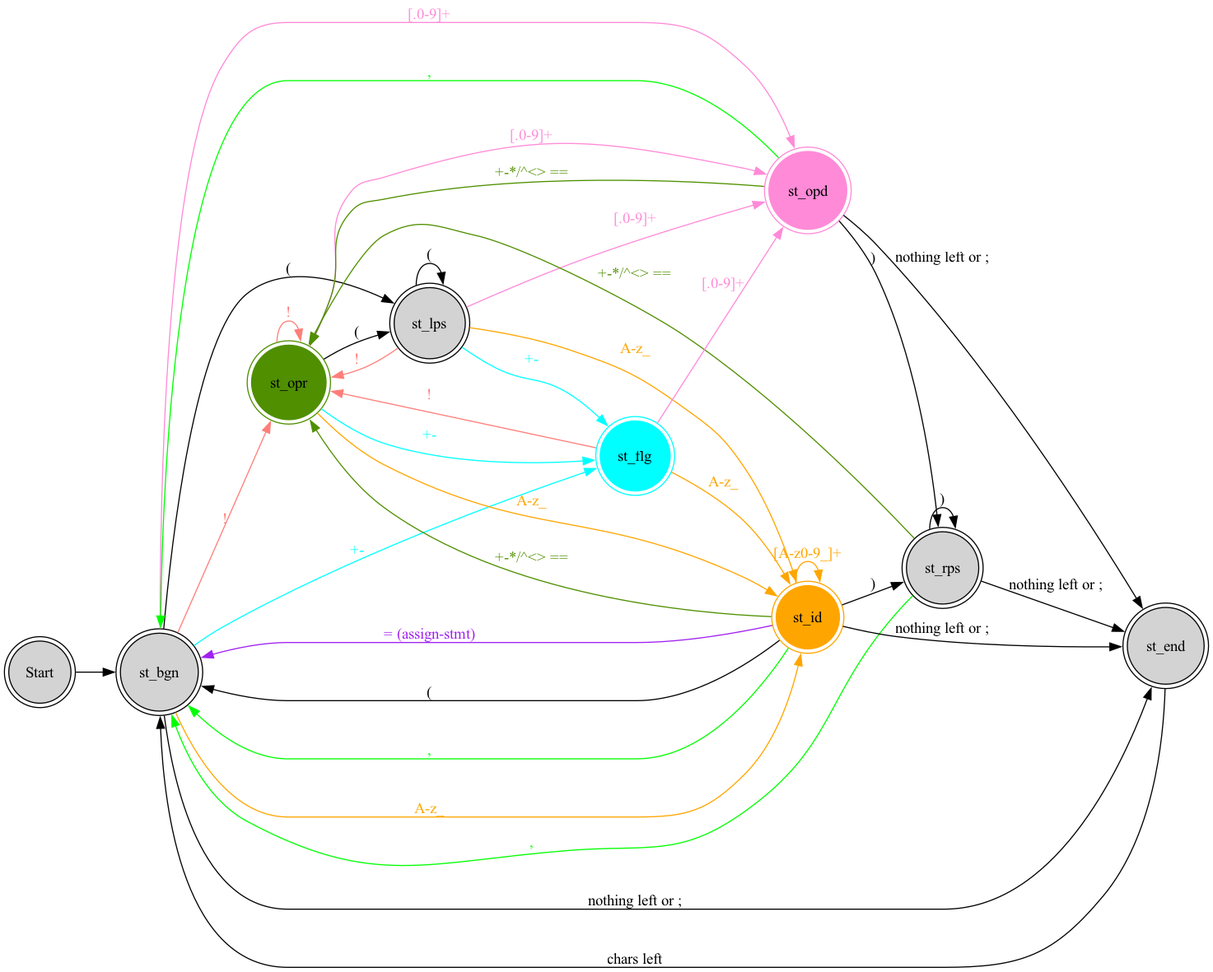
jacoolee/calc keeps this Graphviz diagram as state_transition.png. Above is the earlier version. Its source is kept beside it as state_transition.dot.
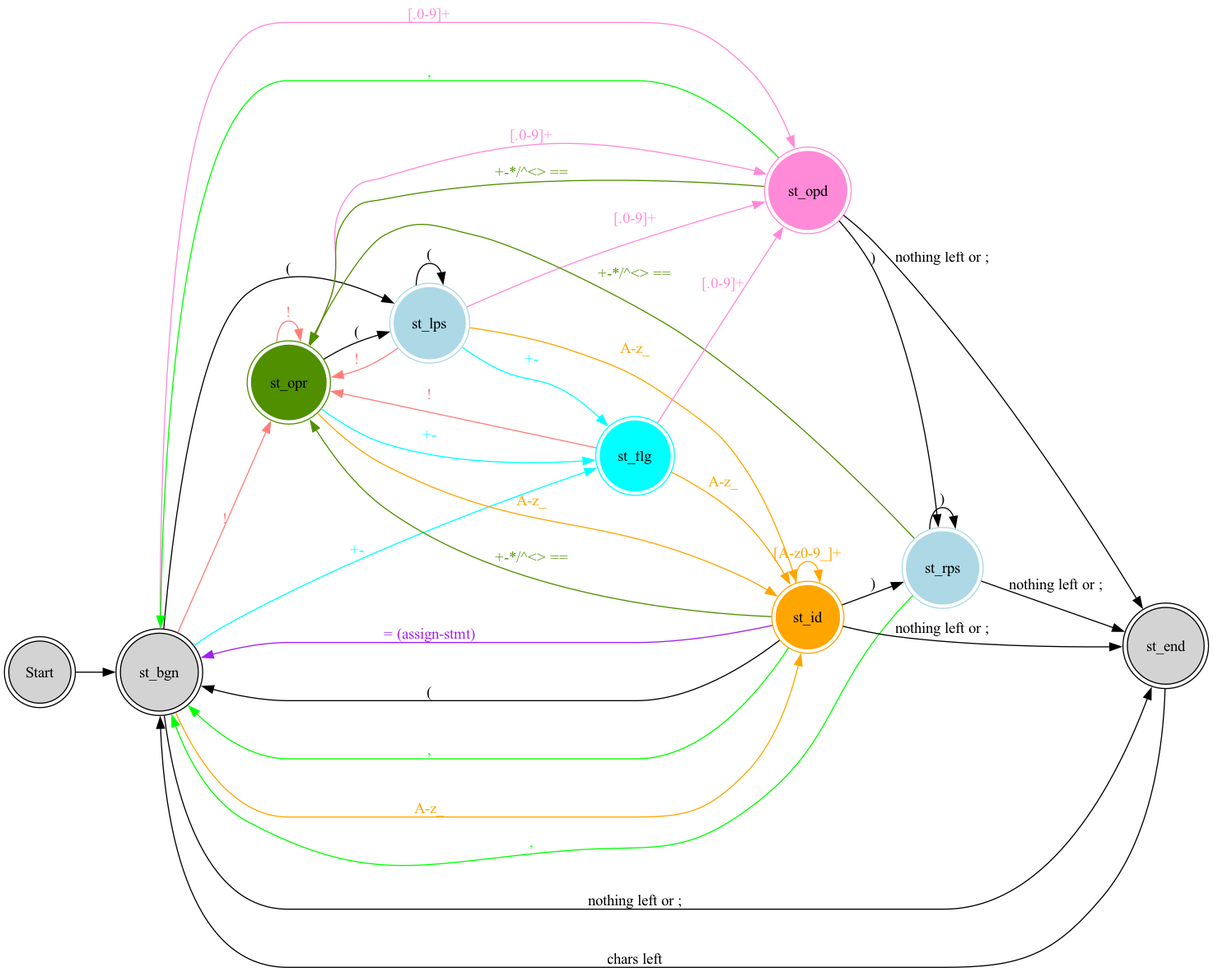
After the commit.

What changed in the source:
```diff
@@ -8,8 +8,8 @@
         st_bgn [shape=circle,peripheries=2,style=filled,label="st_bgn"]
         st_opr [shape=circle,peripheries=2,color="#4f8f00",style=filled,label="st_opr"]
         st_opd [shape=circle,peripheries=2,color="#ff8ad8",style=filled,label="st_opd"]
-        st_lps [shape=circle,peripheries=2,style=filled,label="st_lps"]
-        st_rps [shape=circle,peripheries=2,style=filled,label="st_rps"]
+        st_lps [shape=circle,peripheries=2,color="lightblue",style=filled,label="st_lps"]
+        st_rps [shape=circle,peripheries=2,color="lightblue",style=filled,label="st_rps"]
         st_flg [shape=circle,peripheries=2,color="cyan",style=filled,label="st_flg"]
         st_id  [shape=circle,peripheries=2,color="orange",style=filled,label="st_id"]
         st_end [shape=circle,peripheries=2,style=filled,label="st_end"]
```
